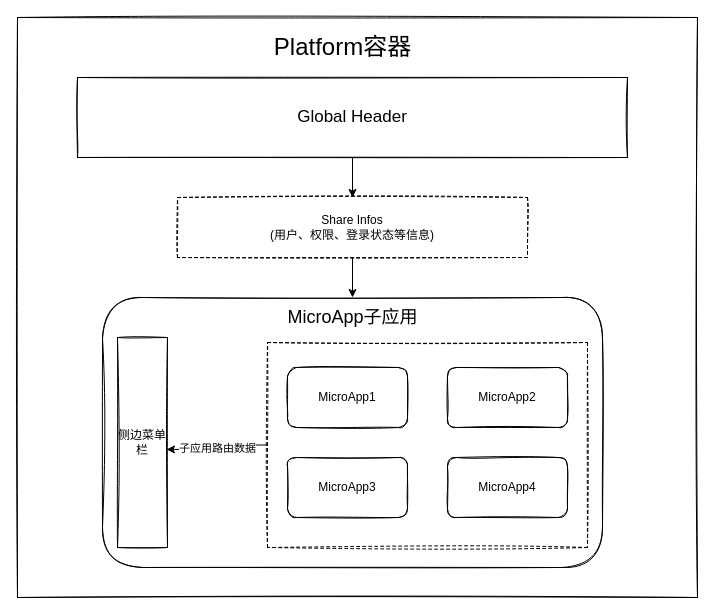
Earlier version of the draw.io diagram page "Page-1" (1 of 2) of Untitled Diagram.drawio (rockhentai/my-utils). Source tidied: cells renumbered, new cells numbered last; positions are measured from the earlier drawing's top-left corner, leaving out a move shared by most shapes. Both pictures are drawn from the tidied source at 100%, with x=0, y=0 at pixel (17, 17).
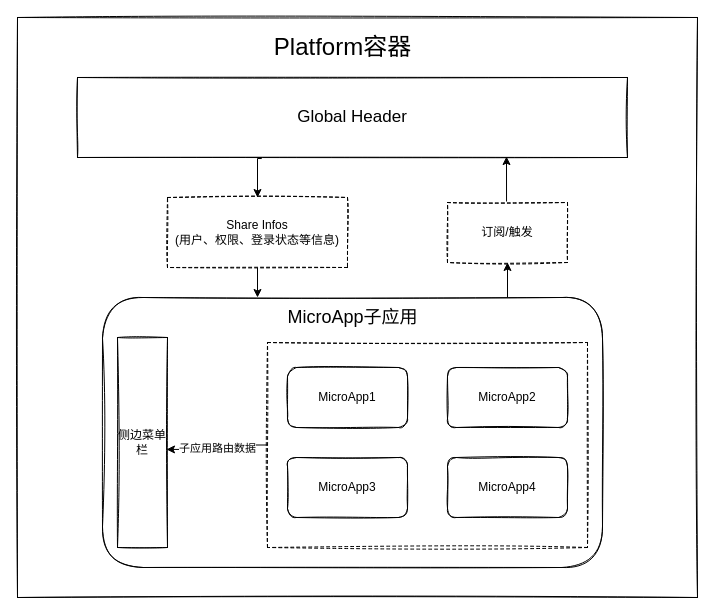
The same page after the edit.

The change refers to these unchanged cells:
```xml
<mxCell id="5" value="&lt;font style=&quot;font-size: 17px&quot;&gt;Global Header&lt;/font&gt;" style="rounded=0;whiteSpace=wrap;html=1;sketch=1;" parent="1" vertex="1">
  <mxGeometry x="60" y="60" width="550" height="80" as="geometry" />
</mxCell>
<mxCell id="8" style="rounded=1;whiteSpace=wrap;html=1;sketch=1;" parent="1" vertex="1">
  <mxGeometry x="85" y="280" width="500" height="270" as="geometry" />
</mxCell>
```

What changed in the source:
```diff
@@
-    <mxCell id="4" style="edgeStyle=orthogonalEdgeStyle;rounded=0;jettySize=auto;html=1;entryX=0.5;entryY=0;entryDx=0;entryDy=0;" parent="1" edge="1" source="5" target="7">
+    <mxCell id="4" style="edgeStyle=orthogonalEdgeStyle;rounded=0;jettySize=auto;html=1;exitX=0.335;exitY=1.013;exitDx=0;exitDy=0;entryX=0.5;entryY=0;entryDx=0;entryDy=0;exitPerimeter=0;" parent="1" edge="1" source="5" target="7">
       <mxGeometry relative="1" as="geometry" />
     </mxCell>
@@
     <mxCell id="6" style="edgeStyle=orthogonalEdgeStyle;rounded=0;jettySize=auto;html=1;exitX=0.5;exitY=1;exitDx=0;exitDy=0;" parent="1" edge="1" source="7" target="8">
-      <mxGeometry relative="1" as="geometry" />
+      <mxGeometry relative="1" as="geometry">
+        <Array as="points">
+          <mxPoint x="240" y="250" />
+        </Array>
+      </mxGeometry>
     </mxCell>
     <mxCell id="7" value="Share Infos&lt;br&gt;(用户、权限、登录状态等信息)" style="rounded=0;whiteSpace=wrap;html=1;sketch=1;dashed=1;" parent="1" vertex="1">
-      <mxGeometry x="160" y="180" width="350" height="60" as="geometry" />
+      <mxGeometry x="150" y="180" width="180" height="70" as="geometry" />
     </mxCell>
+    <mxCell id="18" style="edgeStyle=orthogonalEdgeStyle;rounded=0;jettySize=auto;html=1;exitX=0.81;exitY=0;exitDx=0;exitDy=0;entryX=0.5;entryY=1;entryDx=0;entryDy=0;startArrow=none;startFill=0;exitPerimeter=0;" parent="1" edge="1" source="8" target="21">
+      <mxGeometry relative="1" as="geometry" />
+    </mxCell>
@@
+    <mxCell id="19" style="edgeStyle=orthogonalEdgeStyle;rounded=0;orthogonalLoop=1;jettySize=auto;html=1;exitX=0.5;exitY=1;exitDx=0;exitDy=0;" parent="1" edge="1" source="5" target="5">
+      <mxGeometry relative="1" as="geometry" />
+    </mxCell>
+    <mxCell id="20" style="edgeStyle=orthogonalEdgeStyle;rounded=0;jettySize=auto;html=1;exitX=0.492;exitY=0;exitDx=0;exitDy=0;entryX=0.78;entryY=0.988;entryDx=0;entryDy=0;entryPerimeter=0;startArrow=none;startFill=0;exitPerimeter=0;" parent="1" edge="1" source="21" target="5">
+      <mxGeometry relative="1" as="geometry" />
+    </mxCell>
+    <mxCell id="21" value="订阅/触发" style="rounded=0;whiteSpace=wrap;html=1;dashed=1;sketch=1;" parent="1" vertex="1">
+      <mxGeometry x="430" y="185" width="120" height="60" as="geometry" />
+    </mxCell>
```
